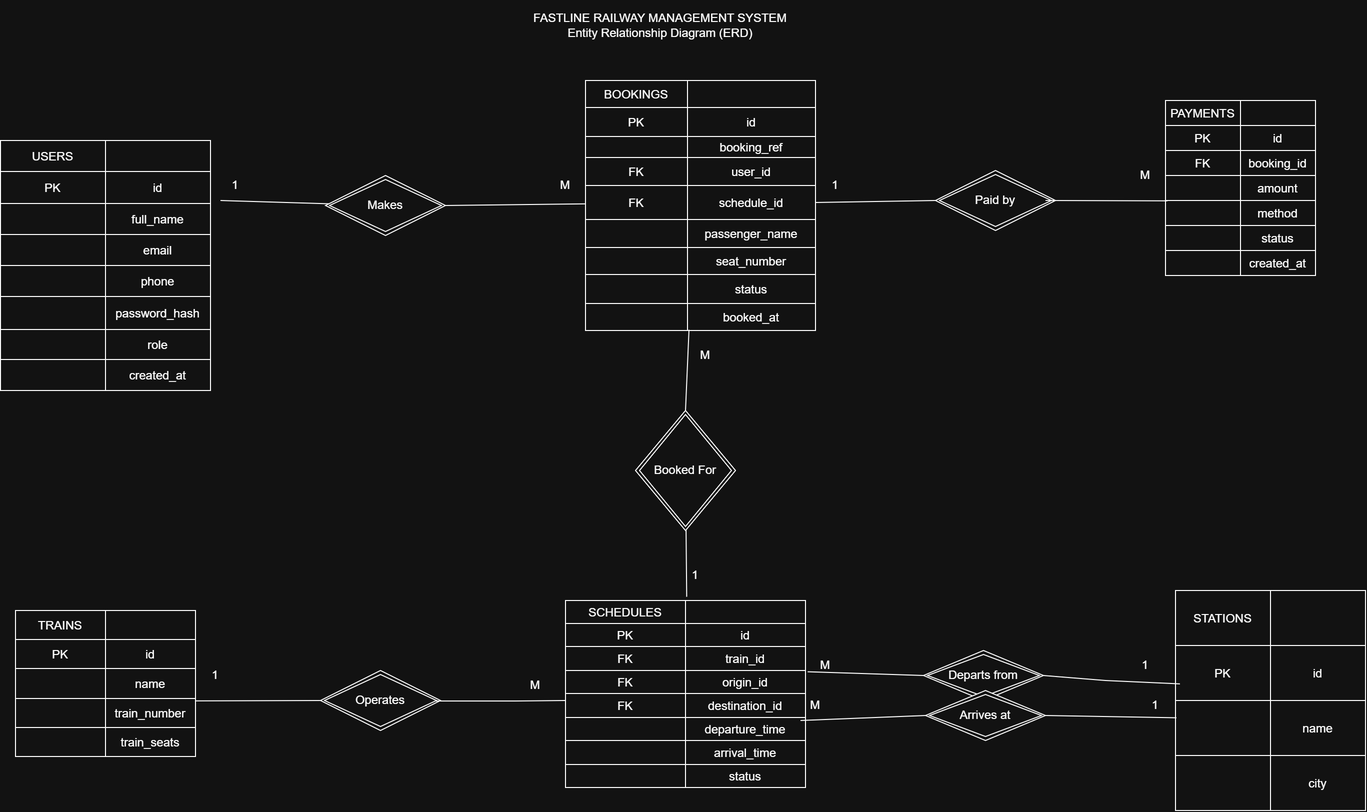
Earlier version of the draw.io export docs/database/ERD diagram.png (lunary2lun2-ux/FastLine). Source tidied: cells renumbered, new cells last; positions are measured from the earlier drawing's top-left corner, leaving out a move shared by most shapes.
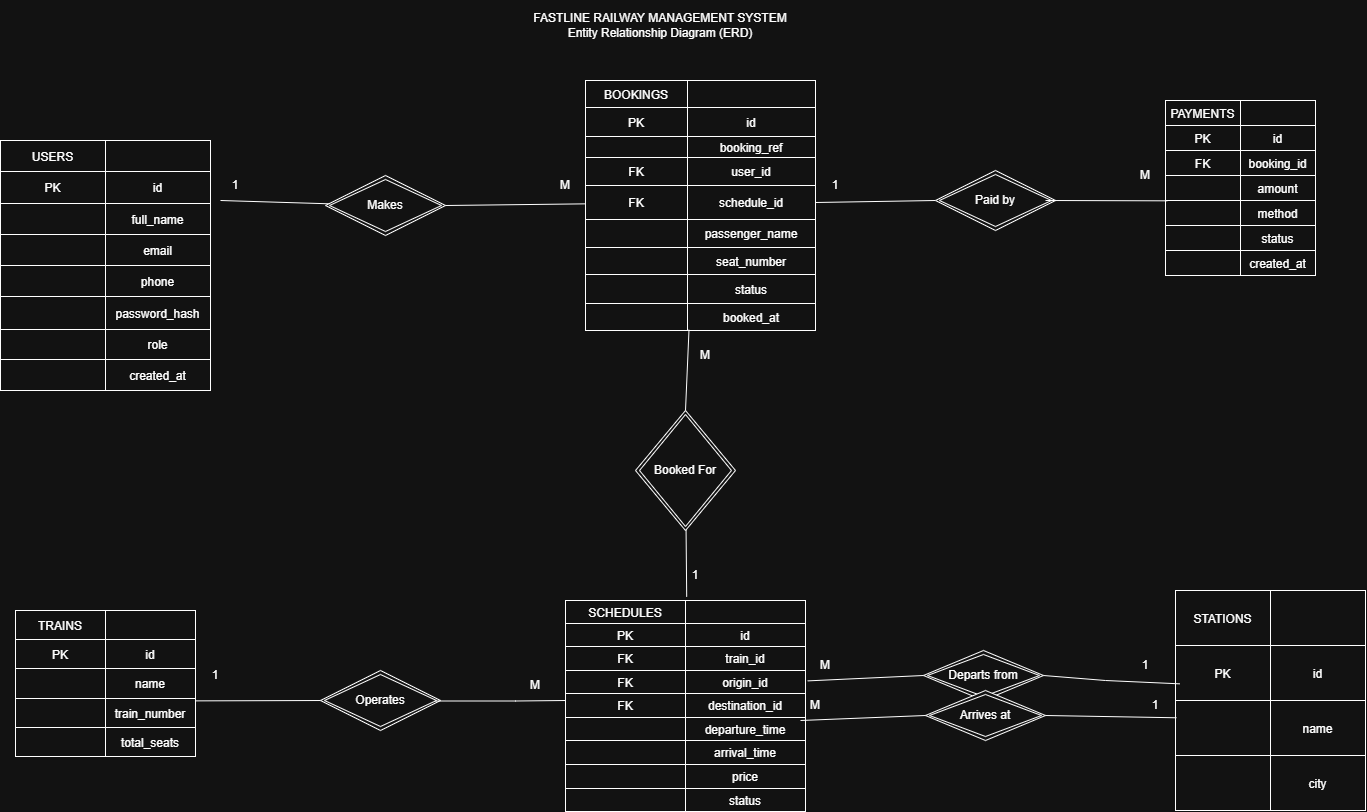
Above is the later version.

Commit message:
update ERD to match SQL schema

What changed in the source:
```diff
@@ -207,11 +207,11 @@
     <mxCell id="68" style="swimlane;swimlaneHead=0;swimlaneBody=0;fontStyle=0;fillColor=none;startSize=0;labelBackgroundColor=none;rounded=0;" parent="67" vertex="1">
       <mxGeometry width="90" height="29" as="geometry" />
     </mxCell>
-    <mxCell id="69" value="train_seats" style="swimlane;swimlaneHead=0;swimlaneBody=0;fontStyle=0;fillColor=none;startSize=0;labelBackgroundColor=none;rounded=0;" parent="67" vertex="1">
+    <mxCell id="69" value="total_seats" style="swimlane;swimlaneHead=0;swimlaneBody=0;fontStyle=0;fillColor=none;startSize=0;labelBackgroundColor=none;rounded=0;" parent="67" vertex="1">
       <mxGeometry x="90" width="90" height="29" as="geometry" />
     </mxCell>
     <mxCell id="70" style="shape=table;fixedHeader=1;tableRender=collapsed;startSize=0;fillColor=none;labelBackgroundColor=none;rounded=0;" parent="1" vertex="1">
-      <mxGeometry x="565" y="600" width="240" height="187" as="geometry" />
+      <mxGeometry x="565" y="600" width="240" height="211" as="geometry" />
     </mxCell>
     <mxCell id="71" style="shape=tableRow;horizontal=0;swimlaneHead=0;swimlaneBody=0;fontStyle=0;fillColor=none;points=[[0,0.5],[1,0.5]];portConstraint=eastwest;startSize=0;fixedHeader=1;labelBackgroundColor=none;rounded=0;" parent="70" vertex="1">
       <mxGeometry width="240" height="23" as="geometry" />
@@ -276,8 +276,17 @@
     <mxCell id="91" value="arrival_time" style="swimlane;swimlaneHead=0;swimlaneBody=0;fontStyle=0;fillColor=none;startSize=0;labelBackgroundColor=none;rounded=0;" parent="89" vertex="1">
       <mxGeometry x="120" width="120" height="24" as="geometry" />
     </mxCell>
+    <mxCell id="162" style="shape=tableRow;horizontal=0;swimlaneHead=0;swimlaneBody=0;fontStyle=0;fillColor=none;startSize=0;fixedHeader=1;labelBackgroundColor=none;rounded=0;" parent="70" vertex="1">
+      <mxGeometry y="164" width="240" height="24" as="geometry" />
+    </mxCell>
+    <mxCell id="163" style="swimlane;swimlaneHead=0;swimlaneBody=0;fontStyle=0;fillColor=none;startSize=0;labelBackgroundColor=none;rounded=0;" parent="162" vertex="1">
+      <mxGeometry width="120" height="24" as="geometry" />
+    </mxCell>
+    <mxCell id="164" value="price" style="swimlane;swimlaneHead=0;swimlaneBody=0;fontStyle=0;fillColor=none;startSize=0;labelBackgroundColor=none;rounded=0;" parent="162" vertex="1">
+      <mxGeometry x="120" width="120" height="24" as="geometry" />
+    </mxCell>
     <mxCell id="92" style="shape=tableRow;horizontal=0;swimlaneHead=0;swimlaneBody=0;fontStyle=0;fillColor=none;startSize=0;fixedHeader=1;labelBackgroundColor=none;rounded=0;" parent="70" vertex="1">
-      <mxGeometry y="164" width="240" height="23" as="geometry" />
+      <mxGeometry y="188" width="240" height="23" as="geometry" />
     </mxCell>
     <mxCell id="93" style="swimlane;swimlaneHead=0;swimlaneBody=0;fontStyle=0;fillColor=none;startSize=0;labelBackgroundColor=none;rounded=0;" parent="92" vertex="1">
       <mxGeometry width="120" height="23" as="geometry" />
```
